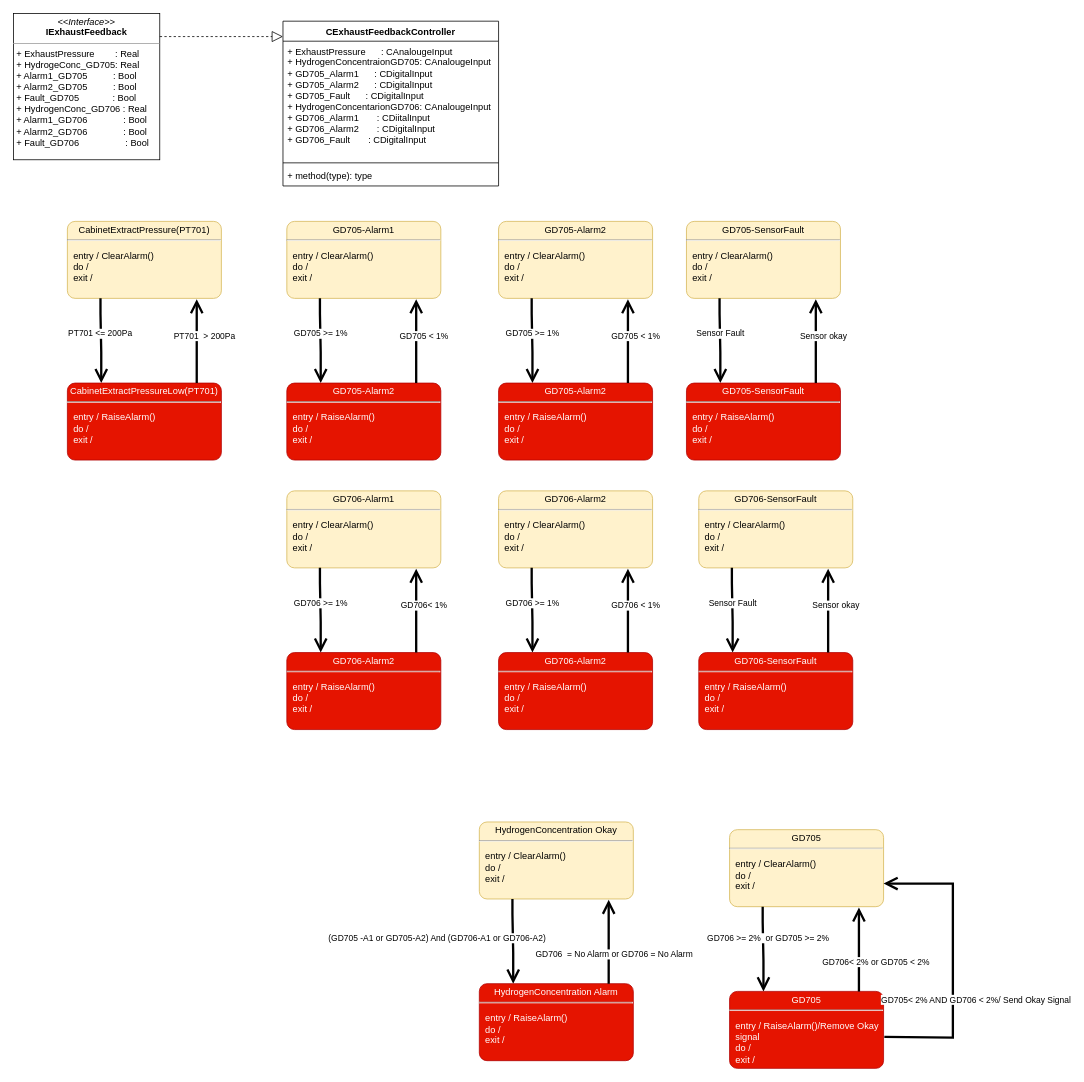
Above: page "ExhaustFeedbackController" (6 of 10) of H2D Modular.drawio in EdwardsKorea/CommonDrawIO (draw.io), before the change. Source tidied: cells renumbered, new cells numbered last; positions are measured from the earlier drawing's top-left corner, leaving out a move shared by most shapes. Both pictures are drawn from the tidied source at 77%, with x=0, y=0 at pixel (13, 13).
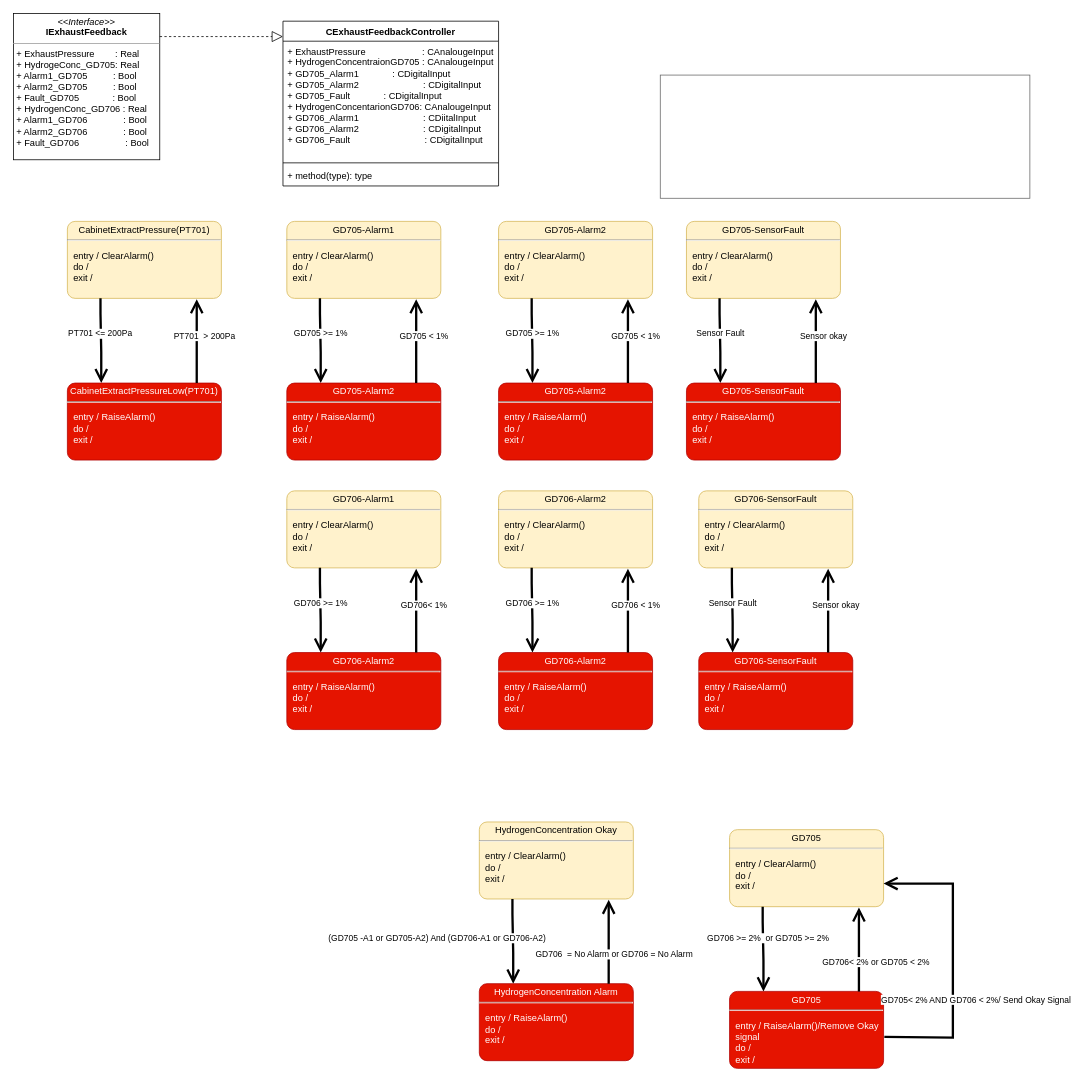
Above is the later version.

Unchanged cells that the change refers to:
```xml
<mxCell id="41" value="CExhaustFeedbackController" style="swimlane;fontStyle=1;align=center;verticalAlign=top;horizontal=1;startSize=26;whiteSpace=wrap;html=1;" parent="1" vertex="1">
  <mxGeometry x="350" y="10" width="280" height="214" as="geometry" />
</mxCell>
```

The edit, as a diff of the source:
```diff
@@
-    <mxCell id="42" value="+ ExhaustPressure&lt;span style=&quot;white-space: pre;&quot;&gt; &lt;span style=&quot;white-space: pre;&quot;&gt; &lt;span style=&quot;white-space: pre;&quot;&gt; &lt;/span&gt; &lt;/span&gt; &lt;/span&gt;&amp;nbsp;: CAnalougeInput&lt;br&gt;+ HydrogenConcentraionGD705: CAnalougeInput&lt;br&gt;+ GD705_Alarm1&lt;span style=&quot;white-space: pre;&quot;&gt; &lt;/span&gt;&lt;span style=&quot;white-space: pre;&quot;&gt; &lt;/span&gt;&lt;span style=&quot;white-space: pre;&quot;&gt; &lt;/span&gt;&amp;nbsp; &amp;nbsp;: CDigitalInput&lt;br&gt;+ GD705_Alarm2&lt;span style=&quot;white-space: pre;&quot;&gt; &lt;/span&gt;&lt;span style=&quot;white-space: pre;&quot;&gt; &lt;/span&gt;&lt;span style=&quot;white-space: pre;&quot;&gt; &lt;/span&gt;&amp;nbsp; &amp;nbsp;: CDigitalInput&lt;br&gt;+ GD705_Fault&lt;span style=&quot;white-space: pre;&quot;&gt; &lt;/span&gt;&lt;span style=&quot;white-space: pre;&quot;&gt; &lt;/span&gt;&lt;span style=&quot;white-space: pre;&quot;&gt; &lt;/span&gt;&amp;nbsp; &amp;nbsp;: CDigitalInput&lt;br&gt;+ HydrogenConcentarionGD706: CAnalougeInput&lt;br&gt;+ GD706_Alarm1&lt;span style=&quot;white-space: pre;&quot;&gt; &lt;/span&gt;&lt;span style=&quot;white-space: pre;&quot;&gt; &lt;/span&gt;&lt;span style=&quot;white-space: pre;&quot;&gt; &lt;/span&gt;&amp;nbsp; &amp;nbsp; : CDiitalInput&lt;br&gt;+ GD706_Alarm2&lt;span style=&quot;white-space: pre;&quot;&gt; &lt;/span&gt;&lt;span style=&quot;white-space: pre;&quot;&gt; &lt;/span&gt;&lt;span style=&quot;white-space: pre;&quot;&gt; &lt;/span&gt;&amp;nbsp; &amp;nbsp; : CDigitalInput&lt;br&gt;+ GD706_Fault&lt;span style=&quot;white-space: pre;&quot;&gt; &lt;/span&gt;&lt;span style=&quot;white-space: pre;&quot;&gt; &lt;/span&gt;&lt;span style=&quot;white-space: pre;&quot;&gt; &lt;/span&gt;&amp;nbsp; &amp;nbsp; : CDigitalInput" style="text;strokeColor=none;fillColor=none;align=left;verticalAlign=top;spacingLeft=4;spacingRight=4;overflow=hidden;whiteSpace=wrap;html=1;" parent="41" vertex="1">
+    <mxCell id="42" value="+ ExhaustPressure&lt;span style=&quot;white-space: pre;&quot;&gt; &lt;span style=&quot;white-space: pre;&quot;&gt; &lt;span style=&quot;white-space: pre;&quot;&gt; &lt;/span&gt; &lt;/span&gt; &lt;/span&gt;&amp;nbsp; &amp;nbsp; &amp;nbsp; &amp;nbsp; &amp;nbsp; &amp;nbsp; &amp;nbsp; &amp;nbsp; &amp;nbsp;: CAnalougeInput&lt;br&gt;+ HydrogenConcentraionGD705 : CAnalougeInput&lt;br&gt;+ GD705_Alarm1&lt;span style=&quot;white-space: pre;&quot;&gt; &lt;/span&gt;&lt;span style=&quot;white-space: pre;&quot;&gt; &lt;/span&gt;&lt;span style=&quot;white-space: pre;&quot;&gt; &lt;/span&gt;&amp;nbsp; &amp;nbsp;&lt;span style=&quot;white-space: pre;&quot;&gt; &lt;/span&gt;&lt;span style=&quot;white-space: pre;&quot;&gt; &lt;/span&gt;&amp;nbsp; &amp;nbsp; &amp;nbsp;: CDigitalInput&lt;br&gt;+ GD705_Alarm2&lt;span style=&quot;white-space: pre;&quot;&gt; &lt;/span&gt;&lt;span style=&quot;white-space: pre;&quot;&gt; &lt;/span&gt;&lt;span style=&quot;white-space: pre;&quot;&gt; &lt;/span&gt;&amp;nbsp; &amp;nbsp; &amp;nbsp; &amp;nbsp; &amp;nbsp; &amp;nbsp; &amp;nbsp; &amp;nbsp; &amp;nbsp; &amp;nbsp; &amp;nbsp; : CDigitalInput&lt;br&gt;+ GD705_Fault&lt;span style=&quot;white-space: pre;&quot;&gt; &lt;/span&gt;&lt;span style=&quot;white-space: pre;&quot;&gt; &lt;/span&gt;&lt;span style=&quot;white-space: pre;&quot;&gt; &lt;/span&gt;&amp;nbsp; &amp;nbsp;&lt;span style=&quot;white-space: pre;&quot;&gt; &lt;/span&gt;&lt;span style=&quot;white-space: pre;&quot;&gt; &lt;/span&gt;&lt;span style=&quot;white-space: pre;&quot;&gt; &lt;/span&gt;&amp;nbsp; &amp;nbsp; : CDigitalInput&lt;br&gt;+ HydrogenConcentarionGD706: CAnalougeInput&lt;br&gt;+ GD706_Alarm1&lt;span style=&quot;white-space: pre;&quot;&gt; &lt;/span&gt;&lt;span style=&quot;white-space: pre;&quot;&gt; &lt;/span&gt;&lt;span style=&quot;white-space: pre;&quot;&gt; &lt;/span&gt;&amp;nbsp; &amp;nbsp; &amp;nbsp; &amp;nbsp; &amp;nbsp; &amp;nbsp; &amp;nbsp; &amp;nbsp; &amp;nbsp; &amp;nbsp; &amp;nbsp; : CDiitalInput&lt;br&gt;+ GD706_Alarm2&lt;span style=&quot;white-space: pre;&quot;&gt; &lt;/span&gt;&lt;span style=&quot;white-space: pre;&quot;&gt; &lt;/span&gt;&lt;span style=&quot;white-space: pre;&quot;&gt; &lt;/span&gt;&amp;nbsp; &amp;nbsp; &amp;nbsp; &amp;nbsp; &amp;nbsp; &amp;nbsp; &amp;nbsp; &amp;nbsp; &amp;nbsp; &amp;nbsp; &amp;nbsp; : CDigitalInput&lt;br&gt;+ GD706_Fault&lt;span style=&quot;white-space: pre;&quot;&gt;                             &lt;/span&gt;: CDigitalInput" style="text;strokeColor=none;fillColor=none;align=left;verticalAlign=top;spacingLeft=4;spacingRight=4;overflow=hidden;whiteSpace=wrap;html=1;" parent="41" vertex="1">
       <mxGeometry y="26" width="280" height="154" as="geometry" />
     </mxCell>
@@
+    <mxCell id="45" style="strokeWidth=1;shadow=0;dashed=0;align=center;html=1;shape=mxgraph.mockup.text.textBox;fontColor=#666666;align=left;fontSize=17;spacingLeft=4;spacingTop=-3;whiteSpace=wrap;strokeColor=#666666;mainText=;" parent="1" vertex="1">
+      <mxGeometry x="840" y="80" width="480" height="160" as="geometry" />
+    </mxCell>
```
